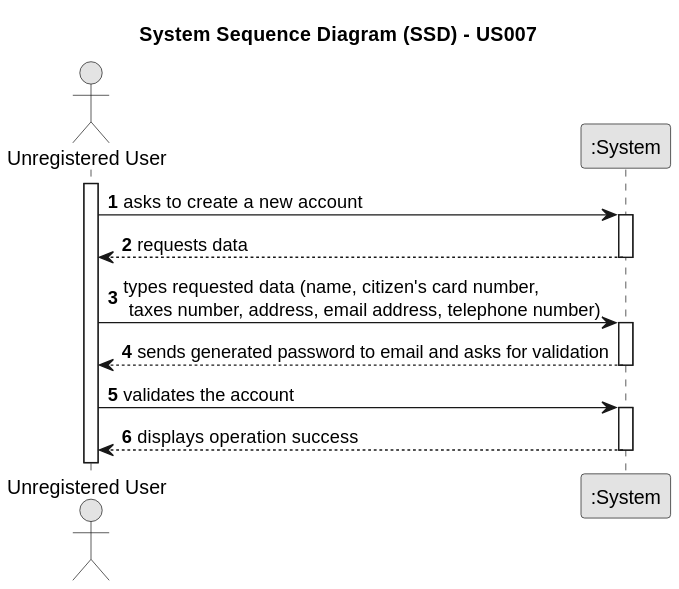
Earlier version of the PlantUML export docs/sprintB/us007/01.requirements-engineering/svg/us007-system-sequence-diagram.svg (rita-barbosa/LAPR2-2223).
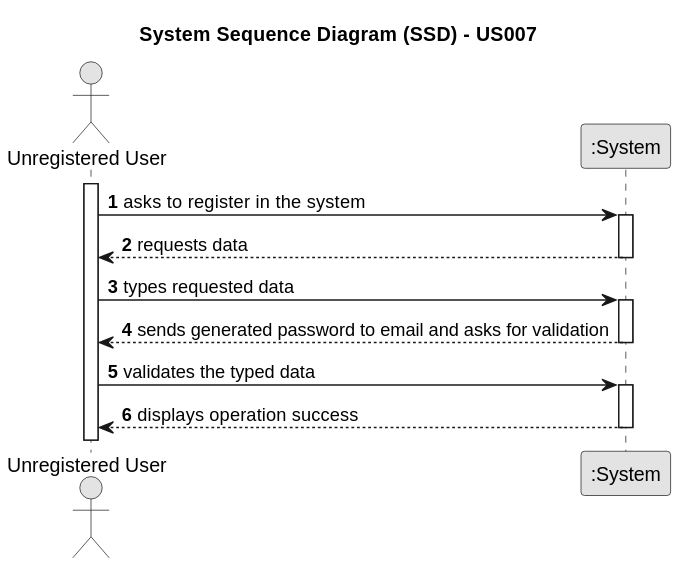
After the commit.

Commit message:
Update US name [UC-04] [Requirement Engineering | Analysis]

What changed in the source:
```diff
@@ -12,20 +12,20 @@
 
 activate User
 
-    User -> System : asks to create a new account
+    User -> System : asks to register in the system
     activate System
 
         System --> User : requests data
     deactivate System
 
-    User -> System : types requested data (name, citizen's card number,\n taxes number, address, email address, telephone number)
+    User -> System : types requested data
 
     activate System
 
         System --> User : sends generated password to email and asks for validation
     deactivate System
 
-    User -> System : validates the account
+    User -> System : validates the typed data
     activate System
 
         System --> User : displays operation success
```
